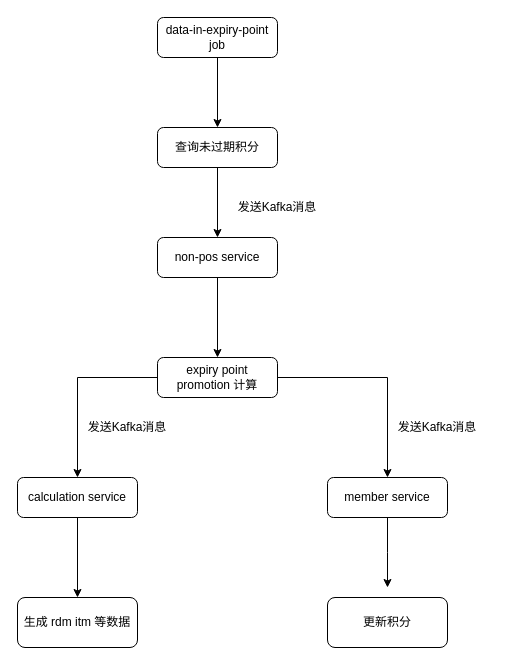
Earlier version of the draw.io diagram expiry point promotion flow.drawio (lukelongcn/drawio). Source tidied: cells renumbered, new cells numbered last; positions are measured from the earlier drawing's top-left corner, leaving out a move shared by most shapes. Both pictures are drawn from the tidied source at 100%, with x=0, y=0 at pixel (17, 17).
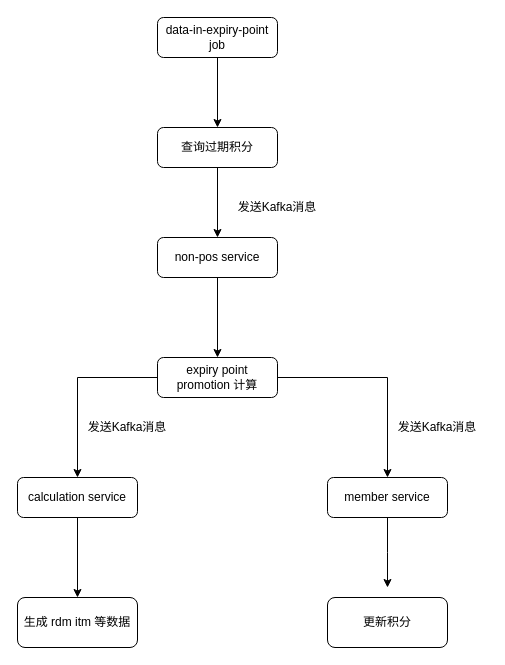
After the change.

What changed in the source:
```diff
@@
-    <mxCell id="11" value="查询未过期积分" style="rounded=1;whiteSpace=wrap;html=1;fontSize=12;glass=0;strokeWidth=1;shadow=0;" parent="1" vertex="1">
+    <mxCell id="11" value="查询过期积分" style="rounded=1;whiteSpace=wrap;html=1;fontSize=12;glass=0;strokeWidth=1;shadow=0;" parent="1" vertex="1">
       <mxGeometry x="140" y="110" width="120" height="40" as="geometry" />
     </mxCell>
```
